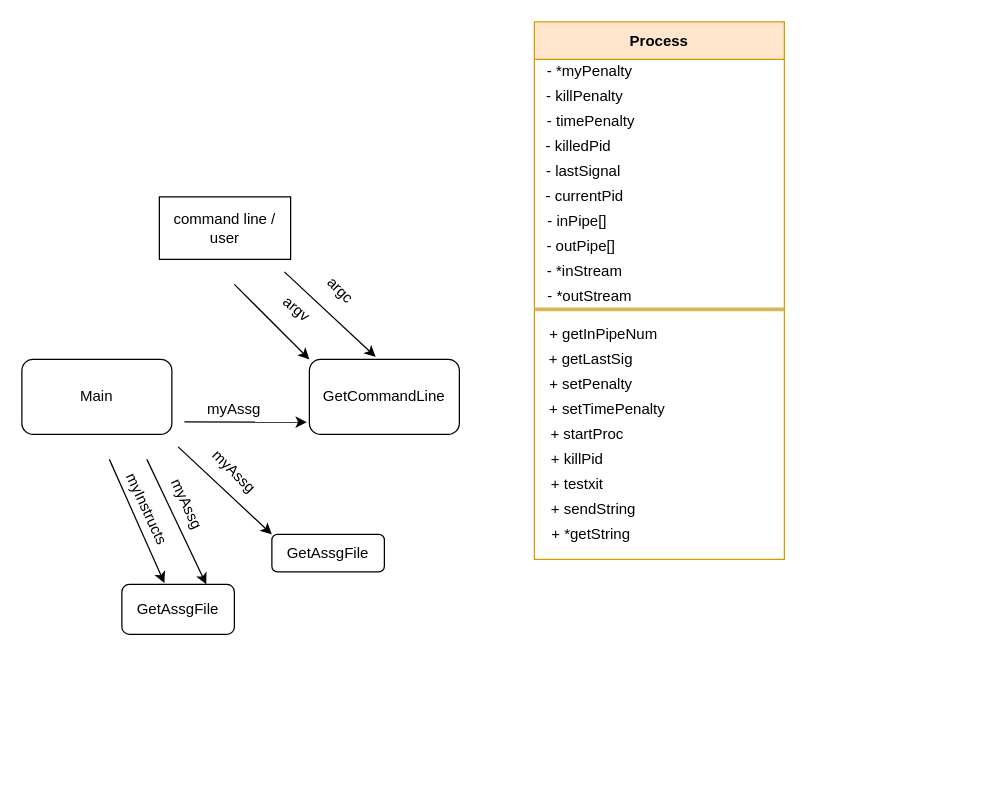
The draw.io diagram Empty Folder/Untitled Diagram.drawio in i-skousen/Week09, before the edit. Source tidied: cells renumbered, new cells numbered last; positions are measured from the earlier drawing's top-left corner, leaving out a move shared by most shapes. Both pictures are drawn from the tidied source at 125%, with x=0, y=0 at pixel (21, 21).
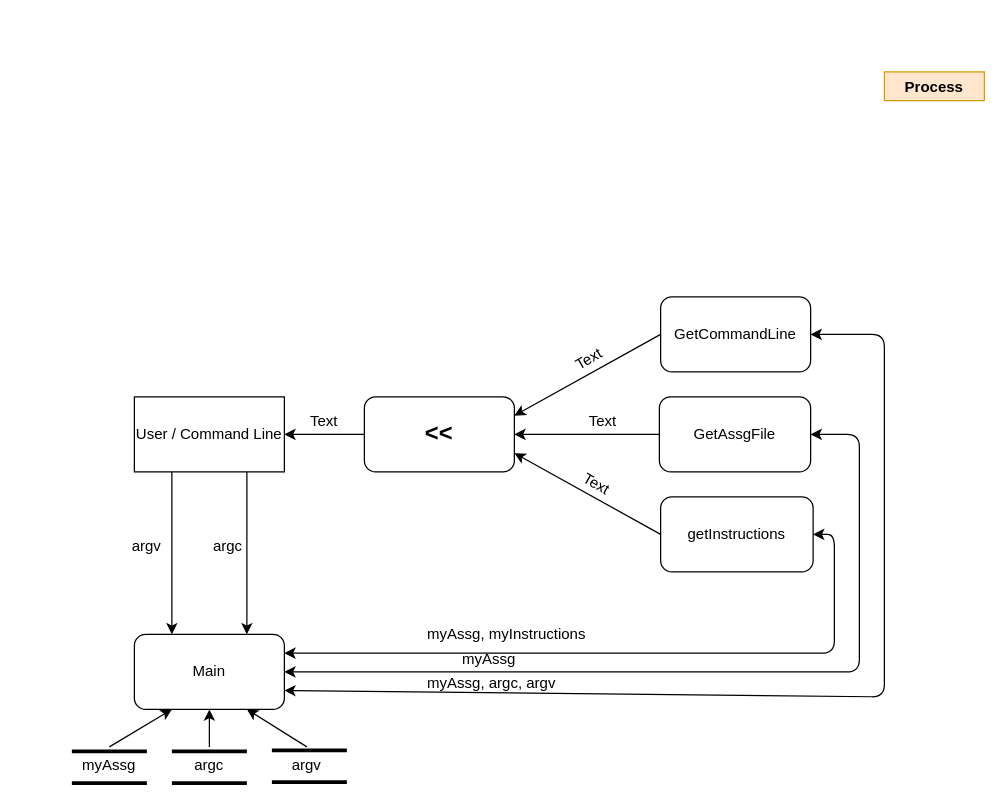
After the change.

The edit, as a diff of the source:
```diff
@@
-    <mxCell id="2" value="command line / user" style="rounded=0;whiteSpace=wrap;html=1;" parent="1" vertex="1">
-      <mxGeometry x="110" y="140" width="105" height="50" as="geometry" />
-    </mxCell>
     <mxCell id="3" value="Main" style="rounded=1;whiteSpace=wrap;html=1;" parent="1" vertex="1">
-      <mxGeometry y="270" width="120" height="60" as="geometry" />
+      <mxGeometry x="90" y="490" width="120" height="60" as="geometry" />
     </mxCell>
-    <mxCell id="4" style="endArrow=classic;html=1;entryX=0.378;entryY=-0.025;entryDx=0;entryDy=0;entryPerimeter=0;" parent="1" edge="1" target="33">
-      <mxGeometry relative="1" as="geometry">
-        <mxPoint x="70" y="350" as="sourcePoint" />
-      </mxGeometry>
-    </mxCell>
-    <mxCell id="5" style="endArrow=classic;html=1;entryX=0.75;entryY=0;entryDx=0;entryDy=0;" parent="1" edge="1" target="33">
-      <mxGeometry relative="1" as="geometry">
-        <mxPoint x="100" y="350" as="sourcePoint" />
-      </mxGeometry>
-    </mxCell>
-    <mxCell id="6" value="Process" style="swimlane;fillColor=#ffe6cc;strokeColor=#d79b00;startSize=30;" parent="1" vertex="1">
-      <mxGeometry x="410" width="200" height="430" as="geometry" />
+    <mxCell id="6" value="Process" style="swimlane;fillColor=#ffe6cc;strokeColor=#d79b00;startSize=30;" parent="1" vertex="1" collapsed="1">
+      <mxGeometry x="690" y="40" width="80" height="23" as="geometry" />
     </mxCell>
-    <mxCell id="7" value="- *myPenalty" style="text;html=1;align=center;verticalAlign=middle;strokeColor=none;" parent="6" vertex="1">
-      <mxGeometry x="4" y="30" width="80" height="20" as="geometry" />
-    </mxCell>
-    <mxCell id="8" value="- killPenalty" style="text;html=1;align=center;verticalAlign=middle;strokeColor=none;" parent="6" vertex="1">
-      <mxGeometry y="50" width="80" height="20" as="geometry" />
-    </mxCell>
-    <mxCell id="9" value="- timePenalty" style="text;html=1;align=center;verticalAlign=middle;strokeColor=none;" parent="6" vertex="1">
-      <mxGeometry y="70" width="90" height="20" as="geometry" />
-    </mxCell>
-    <mxCell id="10" value="- killedPid" style="text;html=1;align=center;verticalAlign=middle;strokeColor=none;" parent="6" vertex="1">
-      <mxGeometry y="90" width="70" height="20" as="geometry" />
-    </mxCell>
-    <mxCell id="11" value="- lastSignal" style="text;html=1;align=center;verticalAlign=middle;strokeColor=none;" parent="6" vertex="1">
-      <mxGeometry x="4" y="110" width="70" height="20" as="geometry" />
-    </mxCell>
-    <mxCell id="12" value="- currentPid" style="text;html=1;align=center;verticalAlign=middle;strokeColor=none;" parent="6" vertex="1">
-      <mxGeometry y="130" width="80" height="20" as="geometry" />
-    </mxCell>
-    <mxCell id="13" value="- inPipe[]" style="text;html=1;align=center;verticalAlign=middle;strokeColor=none;" parent="6" vertex="1">
-      <mxGeometry x="4" y="150" width="60" height="20" as="geometry" />
-    </mxCell>
-    <mxCell id="14" value="- outPipe[]" style="text;html=1;align=center;verticalAlign=middle;strokeColor=none;" parent="6" vertex="1">
-      <mxGeometry x="2" y="170" width="70" height="20" as="geometry" />
-    </mxCell>
-    <mxCell id="15" value="- *inStream" style="text;html=1;align=center;verticalAlign=middle;strokeColor=none;" parent="6" vertex="1">
-      <mxGeometry y="190" width="80" height="20" as="geometry" />
-    </mxCell>
-    <mxCell id="16" value="- *outStream" style="text;html=1;align=center;verticalAlign=middle;strokeColor=none;" parent="6" vertex="1">
-      <mxGeometry x="4" y="210" width="80" height="20" as="geometry" />
-    </mxCell>
-    <mxCell id="17" style="endArrow=none;html=1;strokeWidth=3;fillColor=#fff2cc;strokeColor=#d6b656;" parent="6" edge="1">
-      <mxGeometry relative="1" as="geometry">
-        <mxPoint y="230" as="sourcePoint" />
-        <mxPoint x="200" y="230" as="targetPoint" />
-        <Array as="points">
-          <mxPoint x="100" y="230" />
-        </Array>
-      </mxGeometry>
-    </mxCell>
-    <mxCell id="18" value="+ getInPipeNum" style="text;html=1;align=center;verticalAlign=middle;strokeColor=none;" parent="6" vertex="1">
-      <mxGeometry x="5" y="240" width="100" height="20" as="geometry" />
-    </mxCell>
-    <mxCell id="19" value="+ getLastSig" style="text;html=1;align=center;verticalAlign=middle;strokeColor=none;" parent="6" vertex="1">
-      <mxGeometry x="5" y="260" width="80" height="20" as="geometry" />
-    </mxCell>
-    <mxCell id="20" value="+ setPenalty" style="text;html=1;align=center;verticalAlign=middle;strokeColor=none;" parent="6" vertex="1">
-      <mxGeometry x="5" y="280" width="80" height="20" as="geometry" />
-    </mxCell>
-    <mxCell id="21" value="+ setTimePenalty" style="text;html=1;align=center;verticalAlign=middle;strokeColor=none;spacing=2;" parent="6" vertex="1">
-      <mxGeometry x="3" y="300" width="110" height="20" as="geometry" />
-    </mxCell>
-    <mxCell id="22" value="+ startProc" style="text;html=1;align=center;verticalAlign=middle;strokeColor=none;" parent="6" vertex="1">
-      <mxGeometry x="7" y="320" width="70" height="20" as="geometry" />
-    </mxCell>
-    <mxCell id="23" value="+ killPid" style="text;html=1;align=center;verticalAlign=middle;strokeColor=none;" parent="6" vertex="1">
-      <mxGeometry x="4" y="340" width="60" height="20" as="geometry" />
-    </mxCell>
-    <mxCell id="24" value="+ testxit" style="text;html=1;align=center;verticalAlign=middle;strokeColor=none;" parent="6" vertex="1">
-      <mxGeometry x="4" y="360" width="60" height="20" as="geometry" />
-    </mxCell>
-    <mxCell id="25" value="+ sendString" style="text;html=1;align=center;verticalAlign=middle;strokeColor=none;" parent="6" vertex="1">
-      <mxGeometry x="7" y="380" width="80" height="20" as="geometry" />
-    </mxCell>
-    <mxCell id="26" value="+ *getString" style="text;html=1;align=center;verticalAlign=middle;strokeColor=none;" parent="6" vertex="1">
-      <mxGeometry x="5" y="400" width="80" height="20" as="geometry" />
-    </mxCell>
-    <mxCell id="27" style="endArrow=classic;html=1;entryX=0;entryY=0;entryDx=0;entryDy=0;" parent="1" edge="1" target="31">
-      <mxGeometry relative="1" as="geometry">
-        <mxPoint x="125" y="340" as="sourcePoint" />
-      </mxGeometry>
-    </mxCell>
-    <mxCell id="28" style="endArrow=classic;html=1;entryX=0.442;entryY=-0.033;entryDx=0;entryDy=0;entryPerimeter=0;" parent="1" edge="1" target="32">
-      <mxGeometry relative="1" as="geometry">
-        <mxPoint x="210" y="200" as="sourcePoint" />
-      </mxGeometry>
+    <mxCell id="28" style="endArrow=classic;html=1;entryX=0.75;entryY=0;entryDx=0;entryDy=0;exitX=0.75;exitY=1;exitDx=0;exitDy=0;" parent="1" edge="1" source="40" target="3">
+      <mxGeometry relative="1" as="geometry" />
     </mxCell>
-    <mxCell id="29" style="endArrow=classic;html=1;entryX=0;entryY=0;entryDx=0;entryDy=0;" parent="1" edge="1" target="32">
-      <mxGeometry relative="1" as="geometry">
-        <mxPoint x="170" y="210" as="sourcePoint" />
-      </mxGeometry>
+    <mxCell id="29" style="endArrow=classic;html=1;entryX=0.25;entryY=0;entryDx=0;entryDy=0;exitX=0.25;exitY=1;exitDx=0;exitDy=0;" parent="1" edge="1" source="40" target="3">
+      <mxGeometry relative="1" as="geometry" />
     </mxCell>
-    <mxCell id="30" style="endArrow=classic;html=1;entryX=-0.017;entryY=0.837;entryDx=0;entryDy=0;entryPerimeter=0;" parent="1" edge="1" target="32">
-      <mxGeometry relative="1" as="geometry">
-        <mxPoint x="130" y="320" as="sourcePoint" />
-      </mxGeometry>
-    </mxCell>
-    <mxCell id="31" value="GetAssgFile" style="rounded=1;whiteSpace=wrap;html=1;" parent="1" vertex="1">
-      <mxGeometry x="200" y="410" width="90" height="30" as="geometry" />
+    <mxCell id="31" value="getInstructions" style="rounded=1;whiteSpace=wrap;html=1;" parent="1" vertex="1">
+      <mxGeometry x="511" y="380" width="122" height="60" as="geometry" />
     </mxCell>
     <mxCell id="32" value="GetCommandLine" style="rounded=1;whiteSpace=wrap;html=1;" parent="1" vertex="1">
-      <mxGeometry x="230" y="270" width="120" height="60" as="geometry" />
+      <mxGeometry x="511" y="220" width="120" height="60" as="geometry" />
     </mxCell>
     <mxCell id="33" value="GetAssgFile" style="rounded=1;whiteSpace=wrap;html=1;" parent="1" vertex="1">
-      <mxGeometry x="80" y="450" width="90" height="40" as="geometry" />
+      <mxGeometry x="510" y="300" width="121" height="60" as="geometry" />
     </mxCell>
-    <mxCell id="34" value="argc" style="text;html=1;strokeColor=none;fillColor=none;align=center;verticalAlign=middle;whiteSpace=wrap;rounded=0;rotation=45;" parent="1" vertex="1">
-      <mxGeometry x="230" y="205" width="50" height="20" as="geometry" />
+    <mxCell id="34" value="argc" style="text;html=1;strokeColor=none;fillColor=none;align=center;verticalAlign=middle;whiteSpace=wrap;rounded=0;rotation=0;" parent="1" vertex="1">
+      <mxGeometry x="140" y="410" width="50" height="20" as="geometry" />
     </mxCell>
-    <mxCell id="35" value="argv" style="text;html=1;strokeColor=none;fillColor=none;align=center;verticalAlign=middle;whiteSpace=wrap;rounded=0;rotation=40;" parent="1" vertex="1">
-      <mxGeometry x="200" y="220" width="40" height="20" as="geometry" />
+    <mxCell id="35" value="argv" style="text;html=1;strokeColor=none;fillColor=none;align=center;verticalAlign=middle;whiteSpace=wrap;rounded=0;rotation=0;" parent="1" vertex="1">
+      <mxGeometry x="80" y="410" width="40" height="20" as="geometry" />
     </mxCell>
-    <mxCell id="36" value="myAssg" style="text;html=1;strokeColor=none;fillColor=none;align=center;verticalAlign=middle;whiteSpace=wrap;rounded=0;" parent="1" vertex="1">
-      <mxGeometry x="150" y="300" width="40" height="20" as="geometry" />
+    <mxCell id="36" value="myAssg, argc, argv" style="text;html=1;strokeColor=none;fillColor=none;align=center;verticalAlign=middle;whiteSpace=wrap;rounded=0;rotation=0;" parent="1" vertex="1">
+      <mxGeometry x="318" y="510" width="116" height="37" as="geometry" />
     </mxCell>
-    <mxCell id="37" value="myAssg" style="text;html=1;strokeColor=none;fillColor=none;align=center;verticalAlign=middle;whiteSpace=wrap;rounded=0;rotation=45;" parent="1" vertex="1">
-      <mxGeometry x="150" y="350" width="40" height="20" as="geometry" />
-    </mxCell>
-    <mxCell id="38" value="myAssg" style="text;html=1;strokeColor=none;fillColor=none;align=center;verticalAlign=middle;whiteSpace=wrap;rounded=0;rotation=65;" parent="1" vertex="1">
-      <mxGeometry x="112" y="376" width="40" height="20" as="geometry" />
-    </mxCell>
-    <mxCell id="39" value="myInstructs" style="text;html=1;strokeColor=none;fillColor=none;align=center;verticalAlign=middle;whiteSpace=wrap;rounded=0;rotation=65;" parent="1" vertex="1">
-      <mxGeometry x="80" y="380" width="40" height="20" as="geometry" />
-    </mxCell>
+    <mxCell id="40" value="User / Command Line" style="rounded=0;whiteSpace=wrap;html=1;" parent="1" vertex="1">
+      <mxGeometry x="90" y="300" width="120" height="60" as="geometry" />
+    </mxCell>
+    <mxCell id="41" value="&lt;b&gt;&lt;font style=&quot;font-size: 19px&quot;&gt;&amp;lt;&amp;lt;&lt;/font&gt;&lt;/b&gt;" style="rounded=1;whiteSpace=wrap;html=1;" parent="1" vertex="1">
+      <mxGeometry x="274" y="300" width="120" height="60" as="geometry" />
+    </mxCell>
+    <mxCell id="42" style="endArrow=none;html=1;strokeColor=#000000;strokeWidth=3;" parent="1" edge="1">
+      <mxGeometry relative="1" as="geometry">
+        <mxPoint x="40" y="583.5" as="sourcePoint" />
+        <mxPoint x="100" y="583.5" as="targetPoint" />
+      </mxGeometry>
+    </mxCell>
+    <mxCell id="43" style="endArrow=none;html=1;strokeColor=#000000;strokeWidth=3;" parent="1" edge="1">
+      <mxGeometry relative="1" as="geometry">
+        <mxPoint x="40" y="609" as="sourcePoint" />
+        <mxPoint x="100" y="609" as="targetPoint" />
+      </mxGeometry>
+    </mxCell>
+    <mxCell id="44" value="myAssg" style="text;html=1;strokeColor=none;fillColor=none;align=center;verticalAlign=middle;whiteSpace=wrap;rounded=0;" parent="1" vertex="1">
+      <mxGeometry x="50" y="580" width="40" height="29" as="geometry" />
+    </mxCell>
+    <mxCell id="45" value="myAssg" style="text;html=1;strokeColor=none;fillColor=none;align=center;verticalAlign=middle;whiteSpace=wrap;rounded=0;" parent="1" vertex="1">
+      <mxGeometry x="354" y="500" width="40" height="20" as="geometry" />
+    </mxCell>
+    <mxCell id="46" value="myAssg, myInstructions" style="text;html=1;strokeColor=none;fillColor=none;align=center;verticalAlign=middle;whiteSpace=wrap;rounded=0;" parent="1" vertex="1">
+      <mxGeometry x="310" y="480" width="156" height="20" as="geometry" />
+    </mxCell>
+    <mxCell id="47" style="endArrow=classic;html=1;strokeColor=#000000;strokeWidth=1;entryX=1;entryY=0.75;entryDx=0;entryDy=0;exitX=0;exitY=0.5;exitDx=0;exitDy=0;" parent="1" edge="1" source="31" target="41">
+      <mxGeometry relative="1" as="geometry" />
+    </mxCell>
+    <mxCell id="48" style="endArrow=classic;html=1;strokeColor=#000000;strokeWidth=1;entryX=1;entryY=0.5;entryDx=0;entryDy=0;exitX=0;exitY=0.5;exitDx=0;exitDy=0;" parent="1" edge="1" source="33" target="41">
+      <mxGeometry relative="1" as="geometry" />
+    </mxCell>
+    <mxCell id="49" style="endArrow=classic;html=1;strokeColor=#000000;strokeWidth=1;entryX=1;entryY=0.25;entryDx=0;entryDy=0;exitX=0;exitY=0.5;exitDx=0;exitDy=0;" parent="1" edge="1" source="32" target="41">
+      <mxGeometry relative="1" as="geometry" />
+    </mxCell>
+    <mxCell id="50" value="Text" style="text;html=1;strokeColor=none;fillColor=none;align=center;verticalAlign=middle;whiteSpace=wrap;rounded=0;rotation=-30;" parent="1" vertex="1">
+      <mxGeometry x="434" y="260" width="40" height="20" as="geometry" />
+    </mxCell>
+    <mxCell id="51" value="Text" style="text;html=1;strokeColor=none;fillColor=none;align=center;verticalAlign=middle;whiteSpace=wrap;rounded=0;rotation=0;" parent="1" vertex="1">
+      <mxGeometry x="445" y="310" width="40" height="20" as="geometry" />
+    </mxCell>
+    <mxCell id="52" value="Text" style="text;html=1;strokeColor=none;fillColor=none;align=center;verticalAlign=middle;whiteSpace=wrap;rounded=0;rotation=30;" parent="1" vertex="1">
+      <mxGeometry x="440" y="360" width="40" height="20" as="geometry" />
+    </mxCell>
+    <mxCell id="53" value="Text" style="text;html=1;strokeColor=none;fillColor=none;align=center;verticalAlign=middle;whiteSpace=wrap;rounded=0;rotation=0;" parent="1" vertex="1">
+      <mxGeometry x="222" y="310" width="40" height="20" as="geometry" />
+    </mxCell>
+    <mxCell id="54" style="endArrow=classic;html=1;strokeColor=#000000;strokeWidth=1;entryX=1;entryY=0.5;entryDx=0;entryDy=0;exitX=0;exitY=0.5;exitDx=0;exitDy=0;" parent="1" edge="1" source="41" target="40">
+      <mxGeometry relative="1" as="geometry" />
+    </mxCell>
+    <mxCell id="55" style="endArrow=none;html=1;strokeColor=#000000;strokeWidth=3;" parent="1" edge="1">
+      <mxGeometry relative="1" as="geometry">
+        <mxPoint x="120" y="583.5" as="sourcePoint" />
+        <mxPoint x="180" y="583.5" as="targetPoint" />
+      </mxGeometry>
+    </mxCell>
+    <mxCell id="56" style="endArrow=none;html=1;strokeColor=#000000;strokeWidth=3;" parent="1" edge="1">
+      <mxGeometry relative="1" as="geometry">
+        <mxPoint x="120" y="609" as="sourcePoint" />
+        <mxPoint x="180" y="609" as="targetPoint" />
+      </mxGeometry>
+    </mxCell>
+    <mxCell id="57" value="argc" style="text;html=1;strokeColor=none;fillColor=none;align=center;verticalAlign=middle;whiteSpace=wrap;rounded=0;" parent="1" vertex="1">
+      <mxGeometry x="130" y="580" width="40" height="29" as="geometry" />
+    </mxCell>
+    <mxCell id="58" style="endArrow=none;html=1;strokeColor=#000000;strokeWidth=3;" parent="1" edge="1">
+      <mxGeometry relative="1" as="geometry">
+        <mxPoint x="200" y="582.7" as="sourcePoint" />
+        <mxPoint x="260" y="582.7" as="targetPoint" />
+      </mxGeometry>
+    </mxCell>
+    <mxCell id="59" style="endArrow=none;html=1;strokeColor=#000000;strokeWidth=3;" parent="1" edge="1">
+      <mxGeometry relative="1" as="geometry">
+        <mxPoint x="200" y="608.2" as="sourcePoint" />
+        <mxPoint x="260" y="608.2" as="targetPoint" />
+      </mxGeometry>
+    </mxCell>
+    <mxCell id="60" value="argv" style="text;html=1;strokeColor=none;fillColor=none;align=center;verticalAlign=middle;whiteSpace=wrap;rounded=0;" parent="1" vertex="1">
+      <mxGeometry x="208" y="580" width="40" height="29" as="geometry" />
+    </mxCell>
+    <mxCell id="61" style="endArrow=classic;startArrow=classic;html=1;strokeColor=#000000;strokeWidth=1;entryX=1;entryY=0.5;entryDx=0;entryDy=0;exitX=1;exitY=0.5;exitDx=0;exitDy=0;" parent="1" edge="1" source="3" target="33">
+      <mxGeometry relative="1" as="geometry">
+        <Array as="points">
+          <mxPoint x="670" y="520" />
+          <mxPoint x="670" y="330" />
+        </Array>
+      </mxGeometry>
+    </mxCell>
+    <mxCell id="62" style="endArrow=classic;startArrow=classic;html=1;strokeColor=#000000;strokeWidth=1;entryX=1;entryY=0.5;entryDx=0;entryDy=0;exitX=1;exitY=0.75;exitDx=0;exitDy=0;" parent="1" edge="1" source="3" target="32">
+      <mxGeometry relative="1" as="geometry">
+        <Array as="points">
+          <mxPoint x="690" y="540" />
+          <mxPoint x="690" y="250" />
+        </Array>
+      </mxGeometry>
+    </mxCell>
+    <mxCell id="63" style="endArrow=classic;startArrow=classic;html=1;strokeColor=#000000;strokeWidth=1;entryX=1;entryY=0.5;entryDx=0;entryDy=0;exitX=1;exitY=0.25;exitDx=0;exitDy=0;" parent="1" edge="1" source="3" target="31">
+      <mxGeometry relative="1" as="geometry">
+        <Array as="points">
+          <mxPoint x="650" y="505" />
+          <mxPoint x="650" y="410" />
+        </Array>
+      </mxGeometry>
+    </mxCell>
+    <mxCell id="64" style="endArrow=classic;html=1;strokeColor=#000000;strokeWidth=1;exitX=0.5;exitY=0;exitDx=0;exitDy=0;" parent="1" edge="1" source="44">
+      <mxGeometry relative="1" as="geometry">
+        <mxPoint x="120" y="550" as="targetPoint" />
+      </mxGeometry>
+    </mxCell>
+    <mxCell id="65" style="endArrow=classic;html=1;strokeColor=#000000;strokeWidth=1;exitX=0.5;exitY=0;exitDx=0;exitDy=0;entryX=0.5;entryY=1;entryDx=0;entryDy=0;" parent="1" edge="1" source="57" target="3">
+      <mxGeometry relative="1" as="geometry" />
+    </mxCell>
+    <mxCell id="66" style="endArrow=classic;html=1;strokeColor=#000000;strokeWidth=1;exitX=0.5;exitY=0;exitDx=0;exitDy=0;entryX=0.75;entryY=1;entryDx=0;entryDy=0;" parent="1" edge="1" source="60" target="3">
+      <mxGeometry relative="1" as="geometry" />
+    </mxCell>
```
